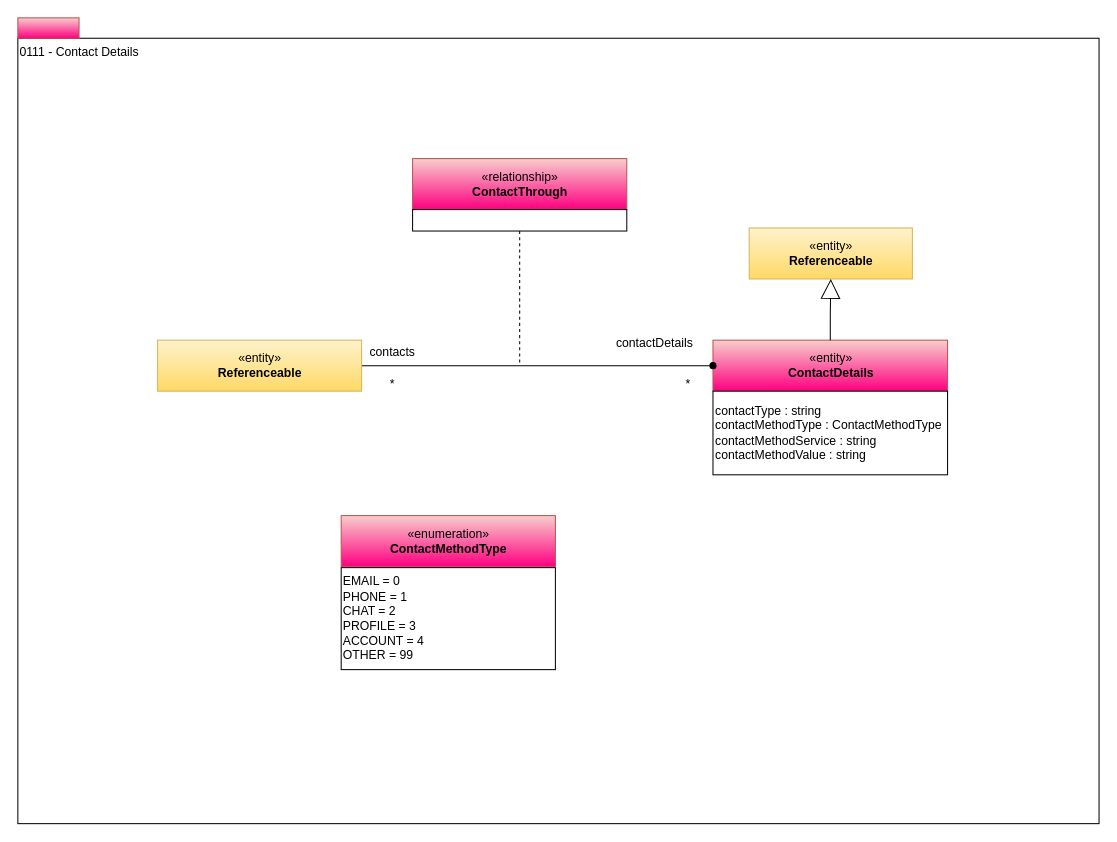
Above: page "0111-Contact-Details" (3 of 17) of site/docs/types/1/area-1-collaboration.drawio in odpi/egeria-docs (draw.io), before the change. Source tidied: cells renumbered, new cells numbered last; positions are measured from the earlier drawing's top-left corner, leaving out a move shared by most shapes. Both pictures are drawn from the tidied source at 102%, with x=0, y=0 at pixel (17, 17).
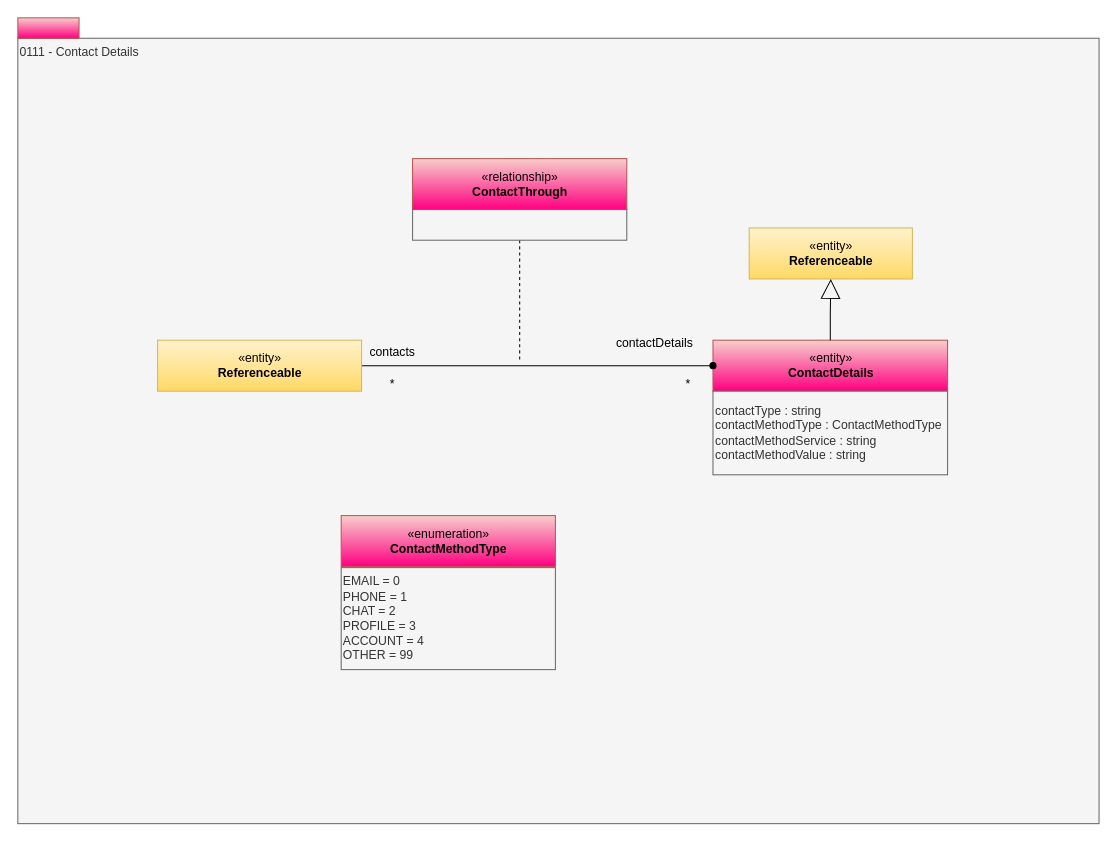
Above is the later version.

Change to the diagram source:
```diff
@@
 <mxGraphModel>
   <root>
     <mxCell id="0" />
     <mxCell id="1" parent="0" />
-    <mxCell id="2" value="0111 - Contact Details" style="rounded=0;whiteSpace=wrap;html=1;align=left;verticalAlign=top;" parent="1" vertex="1">
+    <mxCell id="2" value="0111 - Contact Details" style="rounded=0;whiteSpace=wrap;html=1;align=left;verticalAlign=top;fillColor=#f5f5f5;fontColor=#333333;strokeColor=#666666;" parent="1" vertex="1">
       <mxGeometry y="20" width="1060" height="770" as="geometry" />
     </mxCell>
     <mxCell id="3" style="html=1;strokeColor=#b85450;align=center;fillColor=#f8cecc;gradientColor=#FF0080;" parent="1" vertex="1">
       <mxGeometry width="60" height="20" as="geometry" />
     </mxCell>
     <mxCell id="4" value="«entity»&lt;br&gt;&lt;b&gt;Referenceable&lt;/b&gt;" style="html=1;strokeColor=#d6b656;align=center;fillColor=#fff2cc;gradientColor=#ffd966;" parent="1" vertex="1">
       <mxGeometry x="717" y="206" width="160" height="50" as="geometry" />
     </mxCell>
     <mxCell id="5" value="«enumeration»&lt;br&gt;&lt;span&gt;&lt;b&gt;ContactMethodType&lt;/b&gt;&lt;/span&gt;&lt;br&gt;" style="html=1;strokeColor=#b85450;align=center;fillColor=#f8cecc;gradientColor=#FF0080;" parent="1" vertex="1">
       <mxGeometry x="317" y="488" width="210" height="50" as="geometry" />
     </mxCell>
-    <mxCell id="6" value="&lt;div style=&quot;text-align: left&quot;&gt;EMAIL = 0&lt;/div&gt;&lt;div style=&quot;text-align: left&quot;&gt;PHONE = 1&lt;/div&gt;&lt;div style=&quot;text-align: left&quot;&gt;CHAT = 2&lt;/div&gt;&lt;div style=&quot;text-align: left&quot;&gt;PROFILE = 3&lt;/div&gt;&lt;div style=&quot;text-align: left&quot;&gt;ACCOUNT = 4&lt;/div&gt;&lt;div style=&quot;text-align: left&quot;&gt;OTHER = 99&lt;/div&gt;" style="rounded=0;whiteSpace=wrap;html=1;strokeColor=#000000;gradientColor=#ffffff;align=left;" parent="1" vertex="1">
+    <mxCell id="6" value="&lt;div style=&quot;text-align: left&quot;&gt;EMAIL = 0&lt;/div&gt;&lt;div style=&quot;text-align: left&quot;&gt;PHONE = 1&lt;/div&gt;&lt;div style=&quot;text-align: left&quot;&gt;CHAT = 2&lt;/div&gt;&lt;div style=&quot;text-align: left&quot;&gt;PROFILE = 3&lt;/div&gt;&lt;div style=&quot;text-align: left&quot;&gt;ACCOUNT = 4&lt;/div&gt;&lt;div style=&quot;text-align: left&quot;&gt;OTHER = 99&lt;/div&gt;" style="rounded=0;whiteSpace=wrap;html=1;strokeColor=#666666;align=left;fillColor=#f5f5f5;fontColor=#333333;" parent="1" vertex="1">
       <mxGeometry x="317" y="539" width="210" height="100" as="geometry" />
     </mxCell>
     <mxCell id="7" value="«entity»&lt;br&gt;&lt;b&gt;ContactDetails&lt;/b&gt;" style="html=1;strokeColor=#b85450;align=center;fillColor=#f8cecc;gradientColor=#FF0080;" parent="1" vertex="1">
       <mxGeometry x="681.5" y="316" width="230" height="50" as="geometry" />
     </mxCell>
-    <mxCell id="8" value="contactType : string&lt;br&gt;contactMethodType : ContactMethodType&lt;br&gt;contactMethodService : string&lt;br&gt;contactMethodValue : string" style="rounded=0;whiteSpace=wrap;html=1;align=left;" parent="1" vertex="1">
+    <mxCell id="8" value="contactType : string&lt;br&gt;contactMethodType : ContactMethodType&lt;br&gt;contactMethodService : string&lt;br&gt;contactMethodValue : string" style="rounded=0;whiteSpace=wrap;html=1;align=left;fillColor=#f5f5f5;fontColor=#333333;strokeColor=#666666;" parent="1" vertex="1">
       <mxGeometry x="681.5" y="366" width="230" height="82" as="geometry" />
     </mxCell>
     <mxCell id="9" style="edgeStyle=orthogonalEdgeStyle;rounded=0;html=1;exitX=0.5;exitY=1;endArrow=none;endFill=0;jettySize=auto;dashed=1;exitDx=0;exitDy=0;" parent="1" edge="1" source="11">
       <mxGeometry relative="1" as="geometry">
         <mxPoint x="492" y="338" as="targetPoint" />
       </mxGeometry>
     </mxCell>
     <mxCell id="10" value="«relationship»&lt;br&gt;&lt;b&gt;ContactThrough&lt;/b&gt;" style="html=1;strokeColor=#b85450;align=center;fillColor=#f8cecc;gradientColor=#FF0080;" parent="1" vertex="1">
       <mxGeometry x="387" y="138" width="210" height="50" as="geometry" />
     </mxCell>
-    <mxCell id="11" style="rounded=0;whiteSpace=wrap;html=1;strokeColor=#000000;gradientColor=#ffffff;align=left;" parent="1" vertex="1">
-      <mxGeometry x="387" y="188" width="210" height="21" as="geometry" />
+    <mxCell id="11" style="rounded=0;whiteSpace=wrap;html=1;strokeColor=#666666;align=left;fillColor=#f5f5f5;fontColor=#333333;" parent="1" vertex="1">
+      <mxGeometry x="387" y="188" width="210" height="30" as="geometry" />
     </mxCell>
     <mxCell id="12" value="*" style="text;html=1;align=center;verticalAlign=top;spacingTop=-4;" parent="1" vertex="1">
       <mxGeometry x="647" y="349" width="20" height="20" as="geometry" />
     </mxCell>
     <mxCell id="13" value="contactDetails" style="text;html=1;align=center;verticalAlign=top;spacingTop=-4;" parent="1" vertex="1">
       <mxGeometry x="579" y="309" width="90" height="20" as="geometry" />
     </mxCell>
     <mxCell id="14" style="edgeStyle=orthogonalEdgeStyle;rounded=0;html=1;endArrow=oval;endFill=1;jettySize=auto;entryX=0;entryY=0.5;entryDx=0;entryDy=0;" parent="1" edge="1" source="17" target="7">
       <mxGeometry relative="1" as="geometry" />
     </mxCell>
     <mxCell id="15" style="edgeStyle=orthogonalEdgeStyle;rounded=0;jettySize=auto;html=1;exitX=0.5;exitY=0;exitDx=0;exitDy=0;endArrow=block;endFill=0;endSize=17;entryX=0.5;entryY=1;entryDx=0;entryDy=0;" parent="1" edge="1" source="7" target="4">
       <mxGeometry relative="1" as="geometry" />
     </mxCell>
     <mxCell id="16" value="*" style="text;html=1;align=center;verticalAlign=top;spacingTop=-4;" parent="1" vertex="1">
       <mxGeometry x="357" y="349" width="20" height="20" as="geometry" />
     </mxCell>
     <mxCell id="17" value="«entity»&lt;br&gt;&lt;b&gt;Referenceable&lt;/b&gt;" style="html=1;strokeColor=#d6b656;align=center;fillColor=#fff2cc;gradientColor=#ffd966;" parent="1" vertex="1">
       <mxGeometry x="137" y="316" width="200" height="50" as="geometry" />
     </mxCell>
     <mxCell id="18" value="contacts" style="text;html=1;align=center;verticalAlign=top;spacingTop=-4;" parent="1" vertex="1">
       <mxGeometry x="337" y="318" width="60" height="20" as="geometry" />
     </mxCell>
   </root>
 </mxGraphModel>
```
